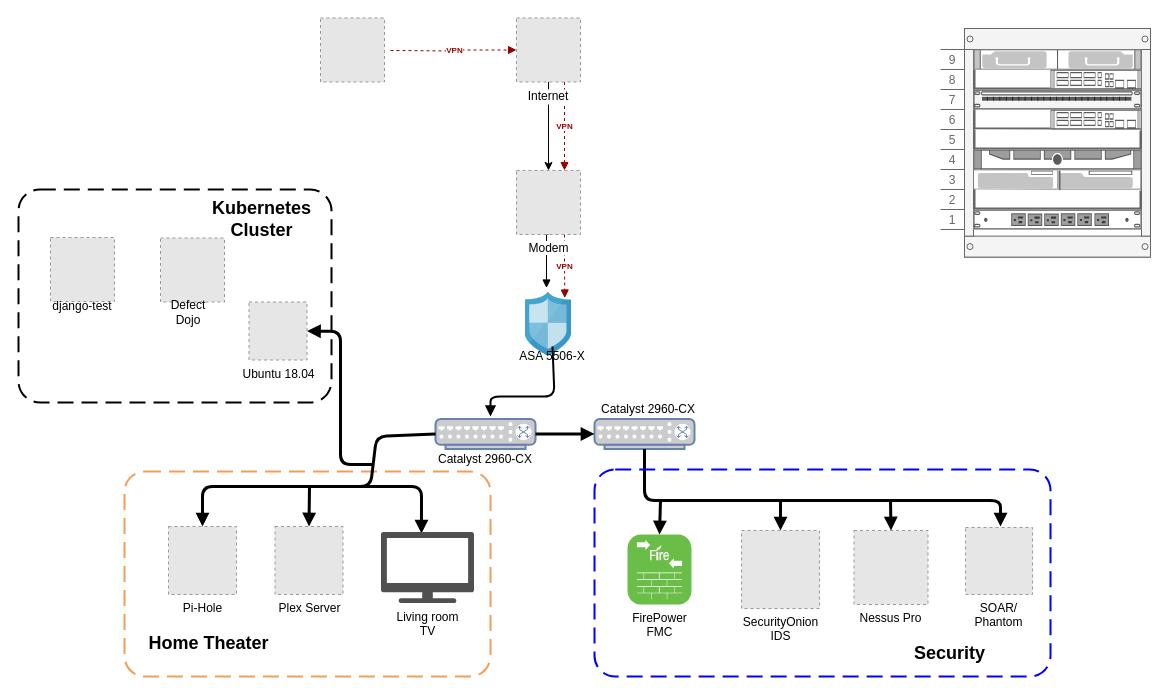
This is HomeLab.drawio from trae-horton/SOAR, a draw.io file, before an edit. Source tidied: cells renumbered, new cells numbered last; positions are measured from the earlier drawing's top-left corner, leaving out a move shared by most shapes. Both pictures are drawn from the tidied source at 100%, with x=0, y=0 at pixel (18, 18). Pictures stored in the file or linked from it are replaced by grey dashed boxes.
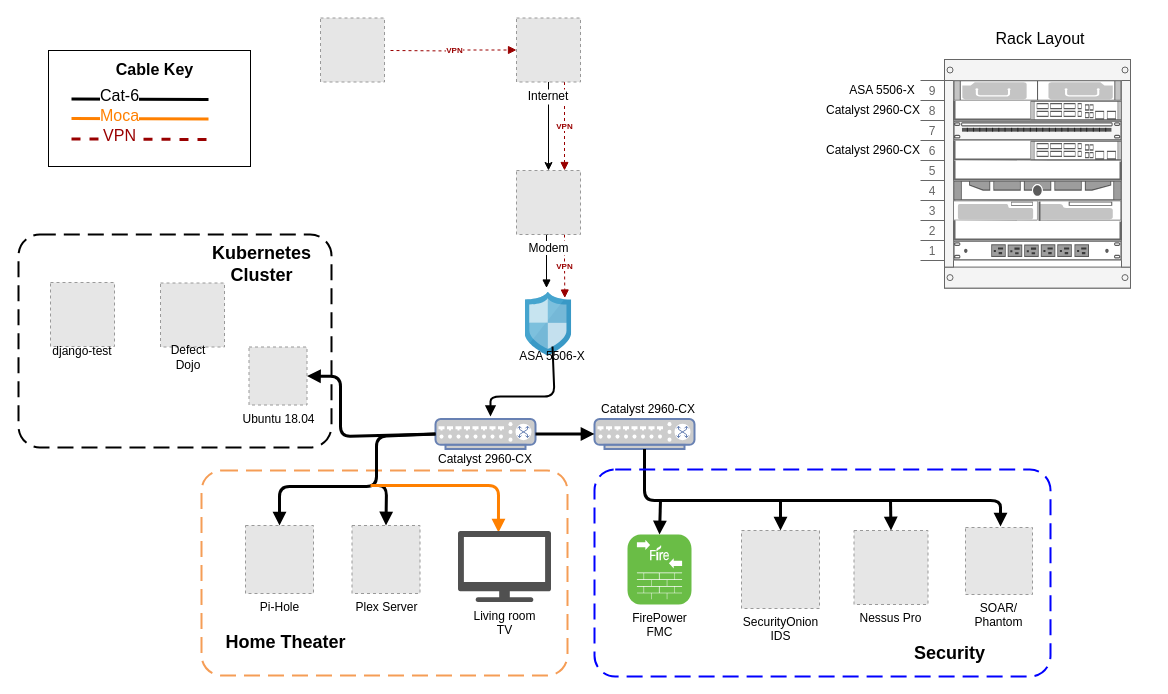
The same page after the edit.

Unchanged cells that the change refers to:
```xml
<mxCell id="17" style="fontColor=#0066CC;verticalAlign=top;verticalLabelPosition=bottom;labelPosition=center;align=center;html=1;outlineConnect=0;fillColor=#CCCCCC;strokeColor=#6881B3;gradientColor=none;gradientDirection=north;strokeWidth=2;shape=mxgraph.networks.switch;" parent="1" vertex="1">
  <mxGeometry x="417" y="400.5" width="100" height="30" as="geometry" />
</mxCell>
```

What changed in the source:
```diff
@@
+    <mxCell id="58" style="rounded=0;whiteSpace=wrap;html=1;" parent="1" vertex="1">
+      <mxGeometry x="30" y="32" width="202" height="116" as="geometry" />
+    </mxCell>
     <mxCell id="2" style="rounded=1;arcSize=10;dashed=1;strokeColor=#F59D56;fillColor=none;gradientColor=none;dashPattern=8 4;strokeWidth=2;" parent="1" vertex="1">
-      <mxGeometry x="106" y="453" width="366" height="205" as="geometry" />
+      <mxGeometry x="183" y="452" width="366" height="205" as="geometry" />
     </mxCell>
     <mxCell id="3" style="rounded=1;arcSize=10;dashed=1;strokeColor=#000000;fillColor=none;gradientColor=none;dashPattern=8 4;strokeWidth=2;" parent="1" vertex="1">
-      <mxGeometry y="171" width="313" height="213" as="geometry" />
+      <mxGeometry y="216" width="313" height="213" as="geometry" />
     </mxCell>
@@
     <mxCell id="13" style="strokeColor=#666666;html=1;verticalLabelPosition=bottom;labelBackgroundColor=#ffffff;verticalAlign=top;shadow=0;dashed=0;shape=mxgraph.rackGeneral.container;fillColor2=#f4f4f4;fillColor=#ffffff;allowGaps=1;textColor=#666666;numDisp=ascend;" parent="1" vertex="1">
-      <mxGeometry x="922" y="10" width="210" height="228.6" as="geometry" />
+      <mxGeometry x="902" y="41" width="210" height="228.6" as="geometry" />
     </mxCell>
@@
     <mxCell id="21" value="Pi-Hole" style="fillColor=#E6E6E6;strokeColor=#999999;dashed=1;html=1;verticalAlign=top;verticalLabelPosition=bottom;labelBackgroundColor=#ffffff;" parent="1" vertex="1">
-      <mxGeometry x="150" y="508" width="68" height="68" as="geometry" />
+      <mxGeometry x="227" y="507" width="68" height="68" as="geometry" />
     </mxCell>
     <mxCell id="22" style="endArrow=block;html=1;strokeWidth=3;entryX=0.5;entryY=0;entryDx=0;entryDy=0;exitX=0;exitY=0.5;exitDx=0;exitDy=0;exitPerimeter=0;endFill=1;" parent="1" edge="1" source="17" target="21">
       <mxGeometry relative="1" as="geometry">
         <Array as="points">
           <mxPoint x="358" y="418" />
-          <mxPoint x="352" y="468" />
-          <mxPoint x="184" y="468" />
+          <mxPoint x="358" y="468" />
+          <mxPoint x="261" y="468" />
         </Array>
       </mxGeometry>
     </mxCell>
     <mxCell id="23" value="Plex Server" style="fillColor=#E6E6E6;strokeColor=#999999;dashed=1;html=1;verticalAlign=top;verticalLabelPosition=bottom;labelBackgroundColor=#ffffff;" parent="1" vertex="1">
-      <mxGeometry x="256.5" y="508" width="68" height="68" as="geometry" />
+      <mxGeometry x="333.5" y="507" width="68" height="68" as="geometry" />
     </mxCell>
     <mxCell id="24" style="endArrow=block;html=1;strokeWidth=3;entryX=0.5;entryY=0;entryDx=0;entryDy=0;endFill=1;" parent="1" edge="1" target="23">
       <mxGeometry relative="1" as="geometry">
-        <mxPoint x="291" y="468" as="sourcePoint" />
+        <mxPoint x="352" y="467" as="sourcePoint" />
+        <Array as="points">
+          <mxPoint x="368" y="467" />
+        </Array>
       </mxGeometry>
     </mxCell>
-    <mxCell id="25" style="endArrow=block;html=1;strokeWidth=3;endFill=1;entryX=1;entryY=0.5;entryDx=0;entryDy=0;" parent="1" edge="1" target="31">
+    <mxCell id="25" style="endArrow=block;html=1;strokeWidth=3;endFill=1;entryX=1;entryY=0.5;entryDx=0;entryDy=0;exitX=0;exitY=0.5;exitDx=0;exitDy=0;exitPerimeter=0;" parent="1" edge="1" source="17" target="31">
       <mxGeometry relative="1" as="geometry">
-        <mxPoint x="354" y="446" as="sourcePoint" />
         <Array as="points">
-          <mxPoint x="354" y="445.5" />
-          <mxPoint x="322" y="446" />
-          <mxPoint x="322" y="313" />
+          <mxPoint x="322" y="418" />
+          <mxPoint x="322" y="358" />
         </Array>
       </mxGeometry>
     </mxCell>
-    <mxCell id="26" style="endArrow=block;html=1;strokeWidth=3;endFill=1;entryX=0.435;entryY=0.021;entryDx=0;entryDy=0;entryPerimeter=0;" parent="1" edge="1" target="53">
+    <mxCell id="26" style="endArrow=block;html=1;strokeWidth=3;endFill=1;entryX=0.435;entryY=0.021;entryDx=0;entryDy=0;entryPerimeter=0;strokeColor=#FF8000;" parent="1" edge="1" target="53">
       <mxGeometry relative="1" as="geometry">
-        <mxPoint x="332" y="468" as="sourcePoint" />
+        <mxPoint x="352" y="467" as="sourcePoint" />
         <Array as="points">
-          <mxPoint x="403" y="468" />
+          <mxPoint x="480" y="467" />
         </Array>
       </mxGeometry>
     </mxCell>
@@
     <mxCell id="31" value="Ubuntu 18.04" style="fillColor=#E6E6E6;strokeColor=#999999;dashed=1;html=1;verticalAlign=top;verticalLabelPosition=bottom;labelBackgroundColor=#ffffff;" parent="1" vertex="1">
-      <mxGeometry x="230.5" y="283.5" width="58" height="58" as="geometry" />
+      <mxGeometry x="230.5" y="328.5" width="58" height="58" as="geometry" />
     </mxCell>
     <mxCell id="32" style="fillColor=#E6E6E6;strokeColor=#999999;dashed=1;html=1;verticalAlign=top;verticalLabelPosition=bottom;labelBackgroundColor=#ffffff;" parent="1" vertex="1">
-      <mxGeometry x="142" y="219.5" width="64" height="64" as="geometry" />
+      <mxGeometry x="142" y="264.5" width="64" height="64" as="geometry" />
     </mxCell>
     <mxCell id="33" style="fillColor=#E6E6E6;strokeColor=#999999;dashed=1;html=1;verticalAlign=top;verticalLabelPosition=bottom;labelBackgroundColor=#ffffff;" parent="1" vertex="1">
-      <mxGeometry x="32" y="219" width="64" height="64" as="geometry" />
+      <mxGeometry x="32" y="264" width="64" height="64" as="geometry" />
     </mxCell>
     <mxCell id="34" value="Defect&lt;br&gt;Dojo" style="text;html=1;strokeColor=none;fillColor=none;align=center;verticalAlign=middle;whiteSpace=wrap;rounded=0;" parent="1" vertex="1">
-      <mxGeometry x="150" y="283.5" width="40" height="20" as="geometry" />
+      <mxGeometry x="150" y="328.5" width="40" height="20" as="geometry" />
     </mxCell>
     <mxCell id="35" value="django-test" style="text;html=1;strokeColor=none;fillColor=none;align=center;verticalAlign=middle;whiteSpace=wrap;rounded=0;" parent="1" vertex="1">
-      <mxGeometry x="29" y="277.5" width="70" height="20" as="geometry" />
+      <mxGeometry x="29" y="322.5" width="70" height="20" as="geometry" />
     </mxCell>
     <mxCell id="36" style="shape=mxgraph.rack.cisco.cisco_asa_5585-x_adaptive_security_appliance;html=1;labelPosition=right;align=left;spacingLeft=15;dashed=0;shadow=0;fillColor=#ffffff;" parent="1" vertex="1">
-      <mxGeometry x="955" y="31" width="168" height="20" as="geometry" />
+      <mxGeometry x="935" y="62" width="168" height="20" as="geometry" />
     </mxCell>
     <mxCell id="37" style="shape=mxgraph.rack.cisco.cisco_catalyst_4928_10_gigabit_ethernet_switch;html=1;labelPosition=right;align=left;spacingLeft=15;dashed=0;shadow=0;fillColor=#ffffff;" parent="1" vertex="1">
-      <mxGeometry x="1032" y="51" width="91" height="20" as="geometry" />
+      <mxGeometry x="1012" y="82" width="91" height="20" as="geometry" />
     </mxCell>
     <mxCell id="38" style="strokeColor=#666666;html=1;labelPosition=right;align=left;spacingLeft=15;shadow=0;dashed=0;fillColor=#f5f5f5;shape=mxgraph.rack.general.cat5e_rack_mount_patch_panel_24_ports;fontColor=#333333;" parent="1" vertex="1">
-      <mxGeometry x="955" y="71" width="168" height="20" as="geometry" />
+      <mxGeometry x="935" y="102" width="168" height="20" as="geometry" />
     </mxCell>
     <mxCell id="39" style="shape=mxgraph.rack.cisco.cisco_catalyst_4928_10_gigabit_ethernet_switch;html=1;labelPosition=right;align=left;spacingLeft=15;dashed=0;shadow=0;fillColor=#ffffff;" parent="1" vertex="1">
-      <mxGeometry x="1032" y="91" width="91" height="20" as="geometry" />
+      <mxGeometry x="1012" y="122" width="91" height="20" as="geometry" />
     </mxCell>
     <mxCell id="40" style="strokeColor=#666666;html=1;labelPosition=right;align=left;spacingLeft=15;shadow=0;dashed=0;fillColor=#ffffff;shape=mxgraph.rackGeneral.shelf;" parent="1" vertex="1">
-      <mxGeometry x="955" y="111" width="168" height="20" as="geometry" />
+      <mxGeometry x="935" y="142" width="168" height="20" as="geometry" />
     </mxCell>
     <mxCell id="41" style="shape=mxgraph.rack.dell.dell_poweredge_1u;html=1;labelPosition=right;align=left;spacingLeft=15;dashed=0;shadow=0;fillColor=#ffffff;" parent="1" vertex="1">
-      <mxGeometry x="955" y="131" width="168" height="20" as="geometry" />
+      <mxGeometry x="935" y="162" width="168" height="20" as="geometry" />
     </mxCell>
     <mxCell id="42" style="strokeColor=#666666;html=1;labelPosition=right;align=left;spacingLeft=15;shadow=0;dashed=0;fillColor=#ffffff;shape=mxgraph.rackGeneral.shelf;" parent="1" vertex="1">
-      <mxGeometry x="955" y="151" width="87" height="27" as="geometry" />
+      <mxGeometry x="935" y="182" width="87" height="27" as="geometry" />
     </mxCell>
@@
     <mxCell id="44" style="strokeColor=#666666;html=1;labelPosition=right;align=left;spacingLeft=15;shadow=0;dashed=0;fillColor=#ffffff;shape=mxgraph.rackGeneral.shelf;" parent="1" vertex="1">
-      <mxGeometry x="955" y="171" width="168" height="20" as="geometry" />
+      <mxGeometry x="935" y="202" width="168" height="20" as="geometry" />
     </mxCell>
     <mxCell id="45" style="shape=mxgraph.rack.dell.power_strip;html=1;labelPosition=right;align=left;spacingLeft=15;dashed=0;shadow=0;fillColor=#ffffff;" parent="1" vertex="1">
-      <mxGeometry x="955" y="191" width="168" height="20" as="geometry" />
+      <mxGeometry x="935" y="222" width="168" height="20" as="geometry" />
     </mxCell>
@@
     <mxCell id="53" value="Living room&lt;br&gt;TV" style="shadow=0;dashed=0;html=1;strokeColor=none;fillColor=#505050;labelPosition=center;verticalLabelPosition=bottom;verticalAlign=top;outlineConnect=0;align=center;shape=mxgraph.office.devices.tv;" parent="1" vertex="1">
-      <mxGeometry x="362.5" y="513.5" width="93" height="71" as="geometry" />
+      <mxGeometry x="439.5" y="512.5" width="93" height="71" as="geometry" />
     </mxCell>
     <mxCell id="54" value="Home Theater" style="text;html=1;strokeColor=none;fillColor=none;align=center;verticalAlign=middle;whiteSpace=wrap;rounded=0;fontSize=18;fontStyle=1;" parent="1" vertex="1">
-      <mxGeometry x="120.5" y="615" width="139" height="20" as="geometry" />
+      <mxGeometry x="197.5" y="614" width="139" height="20" as="geometry" />
     </mxCell>
@@
     <mxCell id="57" value="Kubernetes Cluster" style="text;html=1;strokeColor=none;fillColor=none;align=center;verticalAlign=middle;whiteSpace=wrap;rounded=0;fontSize=18;fontStyle=1;" parent="1" vertex="1">
-      <mxGeometry x="174" y="191" width="139" height="20" as="geometry" />
+      <mxGeometry x="174" y="236" width="139" height="20" as="geometry" />
     </mxCell>
+    <mxCell id="59" value="Cable Key" style="text;html=1;strokeColor=none;fillColor=none;align=center;verticalAlign=middle;whiteSpace=wrap;rounded=0;fontSize=16;fontStyle=1;" parent="1" vertex="1">
+      <mxGeometry x="96" y="41" width="81" height="20" as="geometry" />
+    </mxCell>
+    <mxCell id="60" style="endArrow=none;html=1;fontSize=16;strokeWidth=3;" parent="1" edge="1">
+      <mxGeometry relative="1" as="geometry">
+        <mxPoint x="53" y="80.5" as="sourcePoint" />
+        <mxPoint x="190" y="81" as="targetPoint" />
+      </mxGeometry>
+    </mxCell>
+    <mxCell id="61" value="Cat-6" style="text;html=1;align=center;verticalAlign=middle;labelBackgroundColor=#ffffff;fontSize=16;" parent="60" vertex="1">
+      <mxGeometry x="-0.31" y="4" relative="1" as="geometry" />
+    </mxCell>
+    <mxCell id="62" style="endArrow=none;html=1;fontSize=16;strokeWidth=3;strokeColor=#FF8000;" parent="1" edge="1">
+      <mxGeometry relative="1" as="geometry">
+        <mxPoint x="53" y="100" as="sourcePoint" />
+        <mxPoint x="190" y="100.5" as="targetPoint" />
+      </mxGeometry>
+    </mxCell>
+    <mxCell id="63" value="Moca" style="text;html=1;align=center;verticalAlign=middle;labelBackgroundColor=#ffffff;fontSize=16;fontColor=#FF8000;" parent="62" vertex="1">
+      <mxGeometry x="-0.31" y="4" relative="1" as="geometry" />
+    </mxCell>
+    <mxCell id="64" style="endArrow=none;html=1;fontSize=16;strokeWidth=3;dashed=1;strokeColor=#990000;" parent="1" edge="1">
+      <mxGeometry relative="1" as="geometry">
+        <mxPoint x="53" y="120.5" as="sourcePoint" />
+        <mxPoint x="190" y="121" as="targetPoint" />
+      </mxGeometry>
+    </mxCell>
+    <mxCell id="65" value="VPN" style="text;html=1;align=center;verticalAlign=middle;labelBackgroundColor=#ffffff;fontSize=16;fontColor=#990000;" parent="64" vertex="1">
+      <mxGeometry x="-0.31" y="4" relative="1" as="geometry" />
+    </mxCell>
+    <mxCell id="66" value="Rack Layout" style="text;html=1;strokeColor=none;fillColor=none;align=center;verticalAlign=middle;whiteSpace=wrap;rounded=0;fontSize=16;fontColor=#000000;" parent="1" vertex="1">
+      <mxGeometry x="972" y="10" width="100" height="20" as="geometry" />
+    </mxCell>
+    <mxCell id="67" value="Catalyst 2960-CX" style="text;html=1;strokeColor=none;fillColor=none;align=center;verticalAlign=middle;whiteSpace=wrap;rounded=0;" parent="1" vertex="1">
+      <mxGeometry x="797" y="82" width="116" height="20" as="geometry" />
+    </mxCell>
+    <mxCell id="68" value="ASA 5506-X" style="text;html=1;strokeColor=none;fillColor=none;align=center;verticalAlign=middle;whiteSpace=wrap;rounded=0;" parent="1" vertex="1">
+      <mxGeometry x="826" y="62" width="76" height="20" as="geometry" />
+    </mxCell>
+    <mxCell id="69" value="Catalyst 2960-CX" style="text;html=1;strokeColor=none;fillColor=none;align=center;verticalAlign=middle;whiteSpace=wrap;rounded=0;" parent="1" vertex="1">
+      <mxGeometry x="797" y="122" width="116" height="20" as="geometry" />
+    </mxCell>
```
